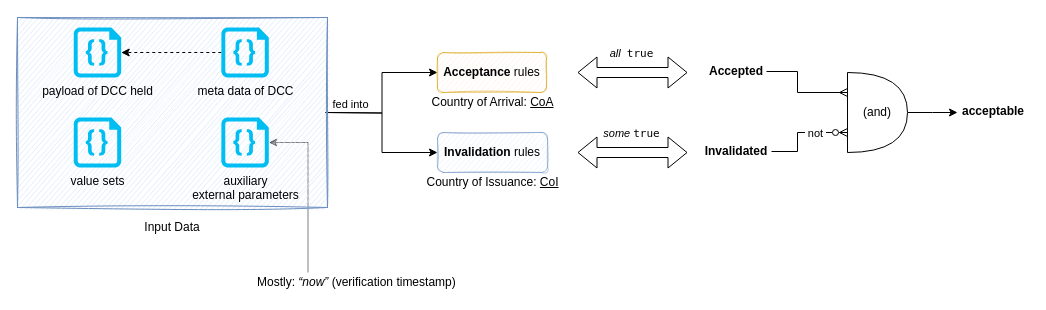
Before: docs/img/ist.drawio in dslmeinte/non-dcc-rules-prototype, a draw.io diagram. Source tidied: cells renumbered, new cells numbered last; positions are measured from the earlier drawing's top-left corner, leaving out a move shared by most shapes. Both pictures are drawn from the tidied source at 100%, with x=0, y=0 at pixel (17, 17).
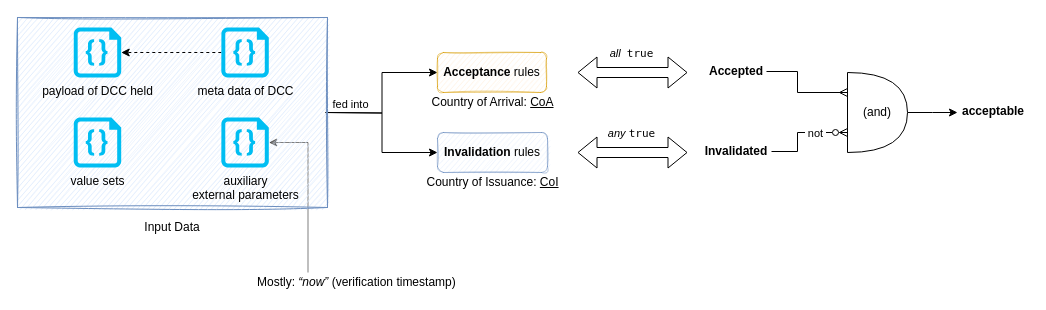
After the change.

Commit message (it also covers changes not shown here):
(improve figures a bit)

The change refers to these unchanged cells:
```xml
<mxCell id="9" style="shape=flexArrow;endArrow=classic;startArrow=classic;html=1;rounded=0;" parent="1" edge="1">
  <mxGeometry relative="1" as="geometry">
    <mxPoint x="560" y="135" as="sourcePoint" />
    <mxPoint x="670" y="135" as="targetPoint" />
  </mxGeometry>
</mxCell>
```

What changed in the source:
```diff
@@
-    <mxCell id="10" value="&amp;nbsp;&lt;i&gt;some&lt;/i&gt;&amp;nbsp;&lt;font face=&quot;Menlo&quot;&gt;true&lt;/font&gt;&amp;nbsp;" style="edgeLabel;html=1;align=center;verticalAlign=middle;" parent="9" vertex="1">
+    <mxCell id="10" value="&amp;nbsp;&lt;i&gt;any&lt;/i&gt;&amp;nbsp;&lt;font face=&quot;Menlo&quot;&gt;true&lt;/font&gt;&amp;nbsp;" style="edgeLabel;html=1;align=center;verticalAlign=middle;" parent="9" vertex="1">
       <mxGeometry x="-0.04" y="1" relative="1" as="geometry">
         <mxPoint y="-19" as="offset" />
       </mxGeometry>
     </mxCell>
```
